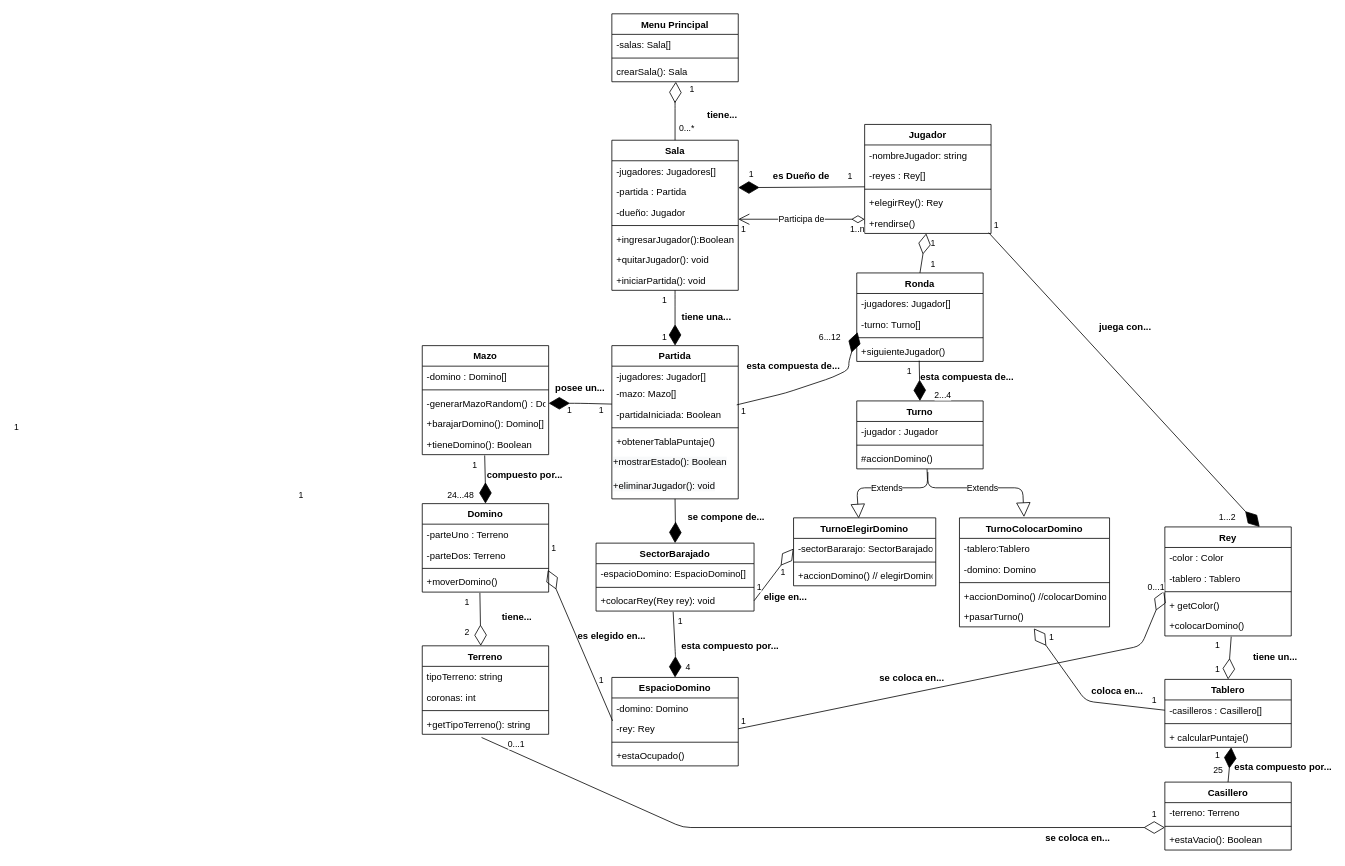
The draw.io diagram page "DiagramaClases" (1 of 6) of King Domino.drawio in miroagustin/kingdomino-2021, before the edit. Source tidied: cells renumbered, new cells numbered last; positions are measured from the earlier drawing's top-left corner, leaving out a move shared by most shapes. Both pictures are drawn from the tidied source at 79%, with x=0, y=0 at pixel (19, 13).
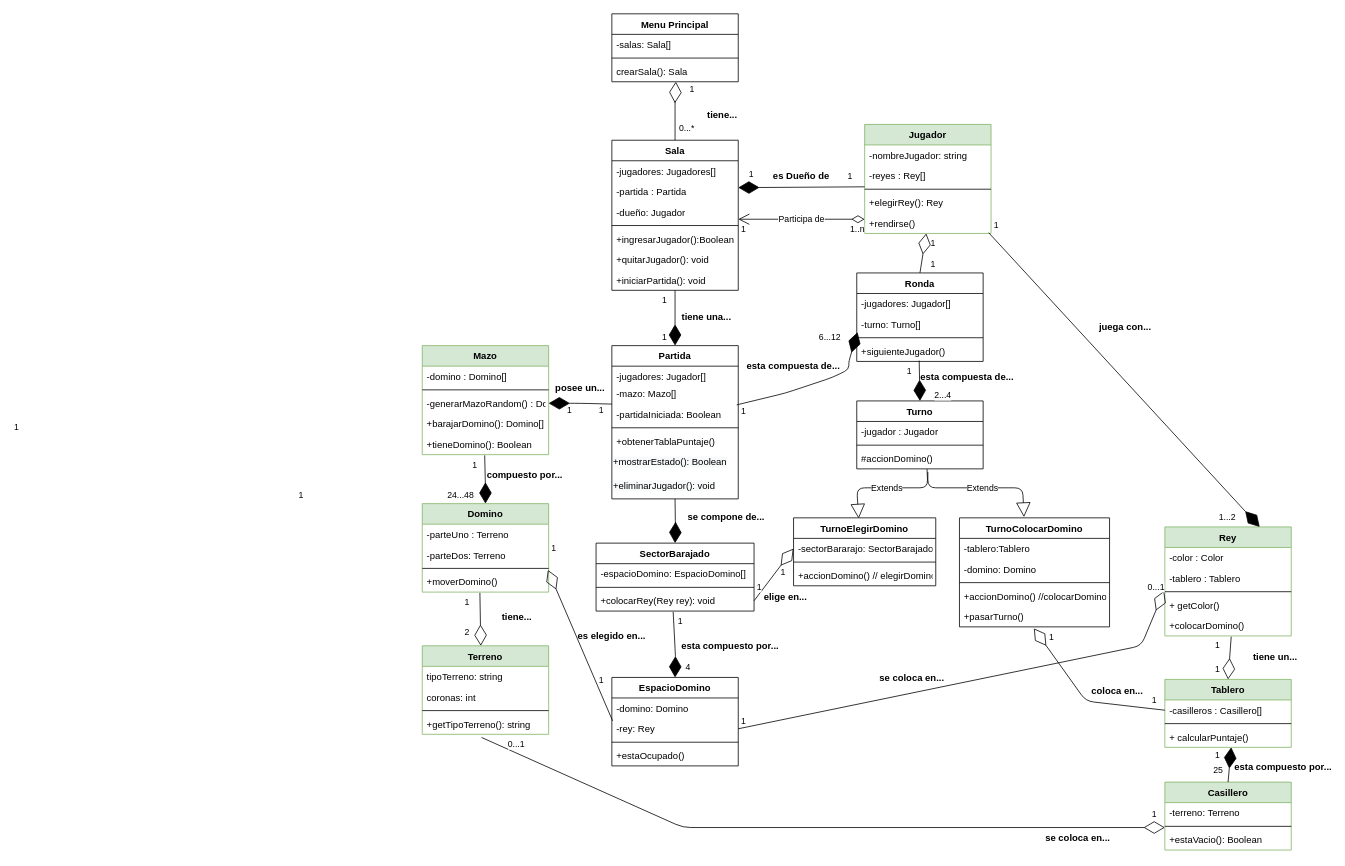
The same diagram, later.

Commit message (it also covers changes not shown here):
se agrega con verde clases entregables en diagrama, soporte para que se vayan jugadores, se corrige singleton

The edit, as a diff of the source:
```diff
@@
-    <mxCell id="2" value="Domino" style="swimlane;fontStyle=1;align=center;verticalAlign=top;horizontal=1;startSize=26;" parent="1" vertex="1">
+    <mxCell id="2" value="Domino" style="swimlane;fontStyle=1;align=center;verticalAlign=top;horizontal=1;startSize=26;fillColor=#d5e8d4;strokeColor=#82b366;" parent="1" vertex="1">
       <mxGeometry x="510" y="620" width="160" height="112" as="geometry" />
     </mxCell>
@@
-    <mxCell id="7" value="Tablero" style="swimlane;fontStyle=1;align=center;verticalAlign=top;horizontal=1;startSize=26;" parent="1" vertex="1">
+    <mxCell id="7" value="Tablero" style="swimlane;fontStyle=1;align=center;verticalAlign=top;horizontal=1;startSize=26;fillColor=#d5e8d4;strokeColor=#82b366;" parent="1" vertex="1">
       <mxGeometry x="1450" y="842.5" width="160" height="86" as="geometry" />
     </mxCell>
@@
-    <mxCell id="11" value="Rey" style="swimlane;fontStyle=1;align=center;verticalAlign=top;horizontal=1;startSize=26;" parent="1" vertex="1">
+    <mxCell id="11" value="Rey" style="swimlane;fontStyle=1;align=center;verticalAlign=top;horizontal=1;startSize=26;fillColor=#d5e8d4;strokeColor=#82b366;" parent="1" vertex="1">
       <mxGeometry x="1450" y="649.5" width="160" height="138" as="geometry" />
     </mxCell>
@@
-    <mxCell id="17" value="Casillero" style="swimlane;fontStyle=1;align=center;verticalAlign=top;horizontal=1;startSize=26;" parent="1" vertex="1">
+    <mxCell id="17" value="Casillero" style="swimlane;fontStyle=1;align=center;verticalAlign=top;horizontal=1;startSize=26;fillColor=#d5e8d4;strokeColor=#82b366;" parent="1" vertex="1">
       <mxGeometry x="1450" y="972.5" width="160" height="86" as="geometry" />
     </mxCell>
@@
-    <mxCell id="21" value="Terreno" style="swimlane;fontStyle=1;align=center;verticalAlign=top;horizontal=1;startSize=26;" parent="1" vertex="1">
+    <mxCell id="21" value="Terreno" style="swimlane;fontStyle=1;align=center;verticalAlign=top;horizontal=1;startSize=26;fillColor=#d5e8d4;strokeColor=#82b366;" parent="1" vertex="1">
       <mxGeometry x="510" y="800" width="160" height="112" as="geometry" />
     </mxCell>
@@
-    <mxCell id="26" value="Jugador" style="swimlane;fontStyle=1;align=center;verticalAlign=top;horizontal=1;startSize=26;" parent="1" vertex="1">
+    <mxCell id="26" value="Jugador" style="swimlane;fontStyle=1;align=center;verticalAlign=top;horizontal=1;startSize=26;fillColor=#d5e8d4;strokeColor=#82b366;" parent="1" vertex="1">
       <mxGeometry x="1070" y="140" width="160" height="138" as="geometry" />
     </mxCell>
@@
-    <mxCell id="47" value="Mazo" style="swimlane;fontStyle=1;align=center;verticalAlign=top;horizontal=1;startSize=26;" parent="1" vertex="1">
+    <mxCell id="47" value="Mazo" style="swimlane;fontStyle=1;align=center;verticalAlign=top;horizontal=1;startSize=26;fillColor=#d5e8d4;strokeColor=#82b366;" parent="1" vertex="1">
       <mxGeometry x="510" y="420" width="160" height="138" as="geometry" />
     </mxCell>
```
